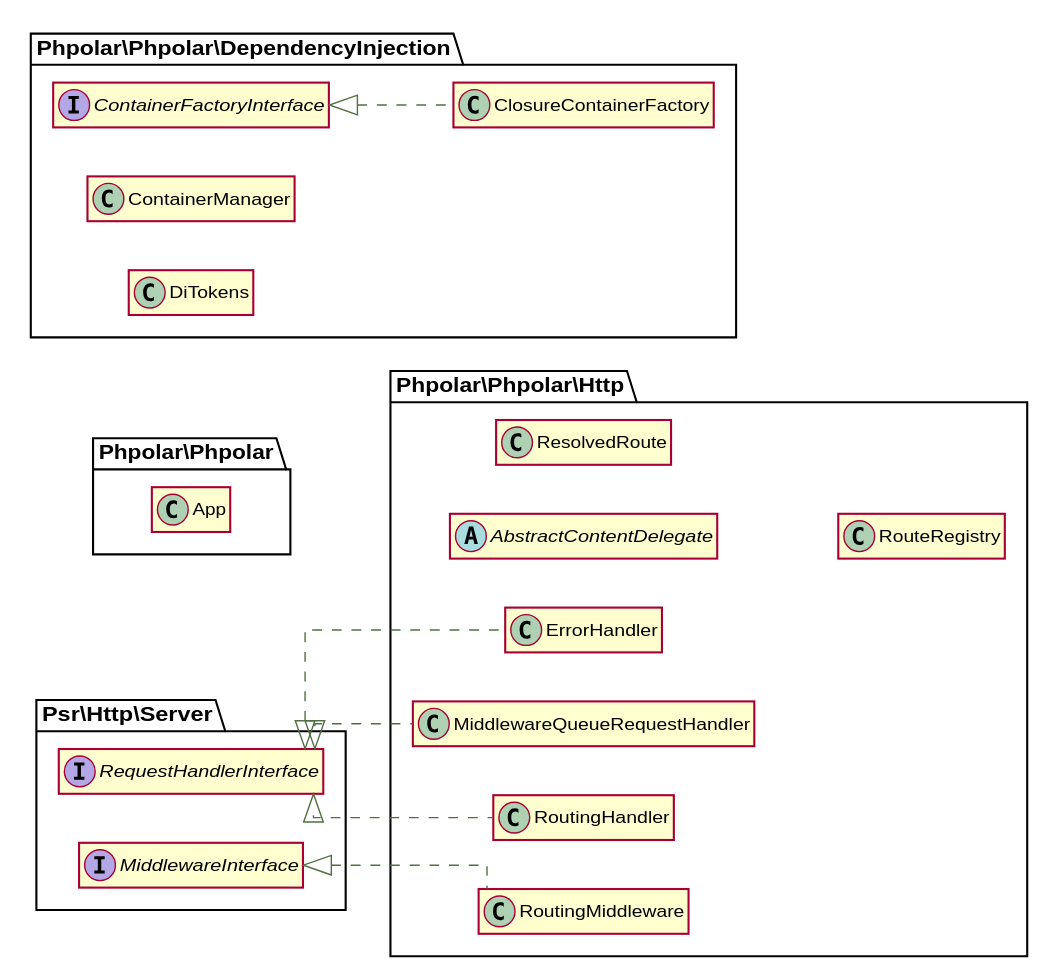
phpolar/phpolar keeps this PlantUML diagram as docs/graphs/classes.svg. Above is the earlier version.
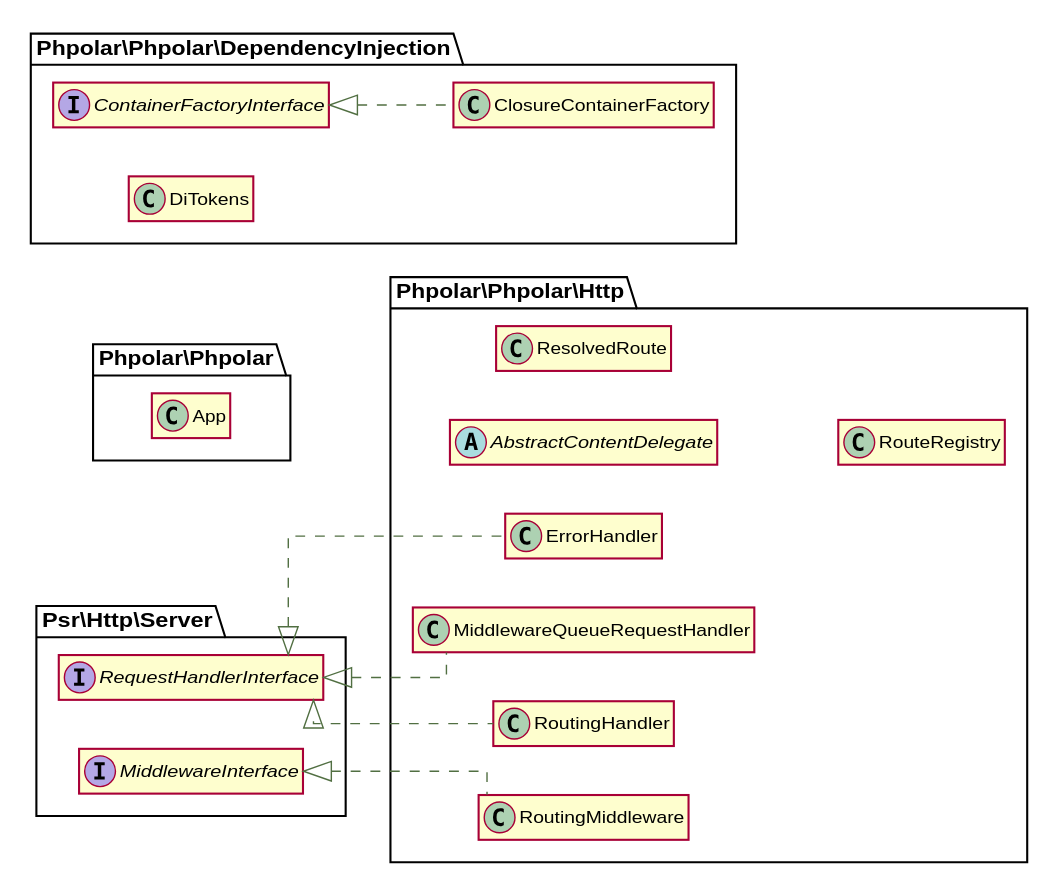
After the commit.

Diff of the diagram source:
```diff
@@ -17,9 +17,6 @@
 }
 
 class \\Phpolar\\Phpolar\\DependencyInjection\\ClosureContainerFactory implements \\Phpolar\\Phpolar\\DependencyInjection\\ContainerFactoryInterface {
-}
-
-class \\Phpolar\\Phpolar\\DependencyInjection\\ContainerManager {
 }
 
 class \\Phpolar\\Phpolar\\DependencyInjection\\DiTokens {
```
